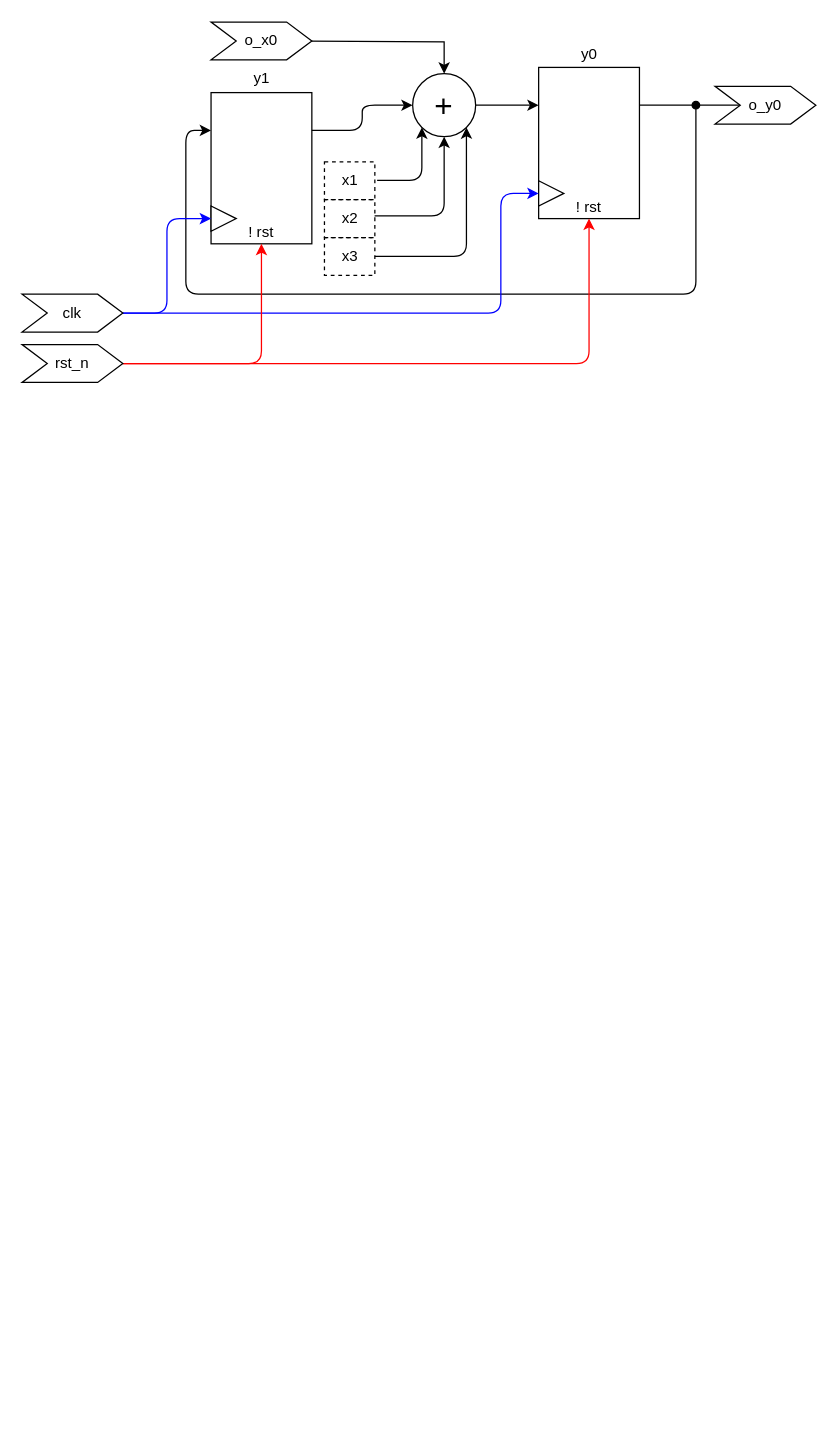
This is codigos/GP01/ej3/Untitled Diagram.drawio from ingenieriaam/DDA, a draw.io file, before an edit. Source tidied: cells renumbered, new cells numbered last; positions are measured from the earlier drawing's top-left corner, leaving out a move shared by most shapes. Both pictures are drawn from the tidied source at 126%, with x=0, y=0 at pixel (21, 21).
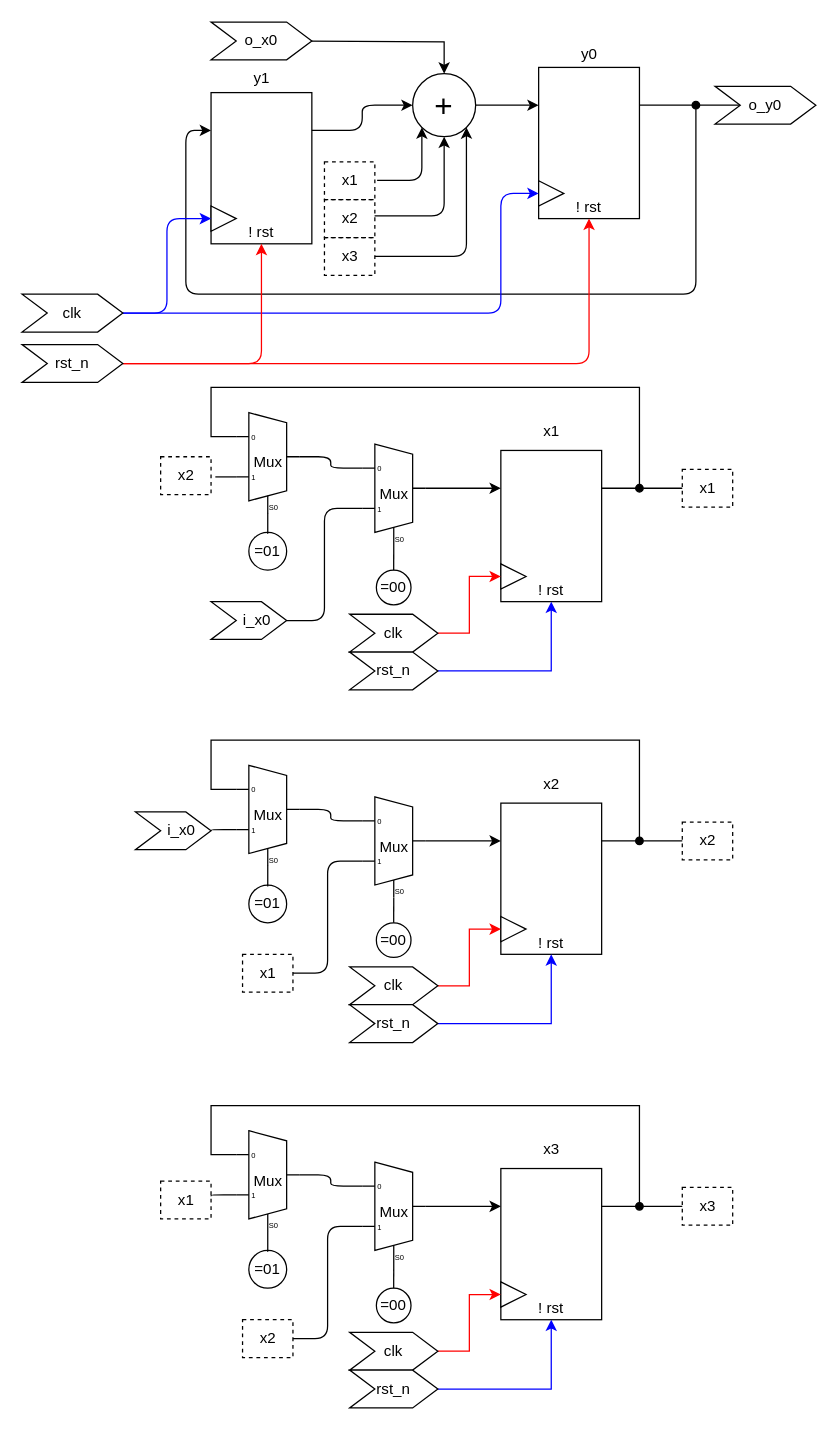
The same diagram, later.

The edit, as a diff of the source:
```diff
@@
+    <mxCell id="30" style="group;" parent="1" vertex="1">
+      <mxGeometry x="380" y="340" width="80" height="120" as="geometry" />
+    </mxCell>
+    <mxCell id="31" value="&lt;br&gt;&lt;br&gt;&lt;br&gt;&lt;br&gt;&lt;br&gt;&lt;br&gt;&lt;br&gt;! rst" style="rounded=0;whiteSpace=wrap;html=1;" parent="30" vertex="1">
+      <mxGeometry width="80" height="120" as="geometry" />
+    </mxCell>
+    <mxCell id="32" style="triangle;whiteSpace=wrap;html=1;" parent="30" vertex="1">
+      <mxGeometry y="90" width="20" height="20" as="geometry" />
+    </mxCell>
+    <mxCell id="33" value="x1" style="text;html=1;align=center;verticalAlign=middle;strokeColor=none;fillColor=none;fontSize=12;" parent="1" vertex="1">
+      <mxGeometry x="400" y="310" width="40" height="30" as="geometry" />
+    </mxCell>
+    <mxCell id="34" style="edgeStyle=orthogonalEdgeStyle;rounded=1;jettySize=auto;html=1;exitX=1;exitY=0.5;exitDx=0;exitDy=-5;exitPerimeter=0;entryX=0;entryY=0.25;entryDx=0;entryDy=0;strokeColor=#000000;fontSize=12;startArrow=none;startFill=0;endArrow=classic;endFill=1;elbow=vertical;" parent="1" edge="1" source="36" target="31">
+      <mxGeometry relative="1" as="geometry" />
+    </mxCell>
+    <mxCell id="35" style="edgeStyle=orthogonalEdgeStyle;rounded=1;jettySize=auto;html=1;exitX=0.3;exitY=1;exitDx=10;exitDy=0;exitPerimeter=0;entryX=0.5;entryY=0;entryDx=0;entryDy=0;strokeColor=#000000;fontSize=12;startArrow=none;startFill=0;endArrow=none;endFill=0;elbow=vertical;" parent="1" edge="1" source="36" target="37">
+      <mxGeometry relative="1" as="geometry" />
+    </mxCell>
+    <mxCell id="36" value="Mux" style="shadow=0;dashed=0;align=center;html=1;strokeWidth=1;shape=mxgraph.electrical.abstract.mux2;strokeColor=default;fontSize=12;fillColor=none;" parent="1" vertex="1">
+      <mxGeometry x="270" y="335" width="50" height="80" as="geometry" />
+    </mxCell>
+    <mxCell id="37" value="=00" style="ellipse;whiteSpace=wrap;html=1;strokeColor=default;fontSize=12;fillColor=none;" parent="1" vertex="1">
+      <mxGeometry x="281.2" y="435" width="27.5" height="27.5" as="geometry" />
+    </mxCell>
+    <mxCell id="38" style="edgeStyle=orthogonalEdgeStyle;rounded=1;jettySize=auto;html=1;exitX=1;exitY=0.5;exitDx=0;exitDy=0;entryX=0;entryY=0.6000000000000001;entryDx=0;entryDy=3;entryPerimeter=0;strokeColor=#000000;fontSize=12;startArrow=none;startFill=0;endArrow=none;endFill=0;elbow=vertical;" parent="1" edge="1" source="39" target="36">
+      <mxGeometry relative="1" as="geometry" />
+    </mxCell>
+    <mxCell id="39" value="&amp;nbsp; &amp;nbsp; i_x0" style="shape=step;perimeter=stepPerimeter;whiteSpace=wrap;html=1;fixedSize=1;fontSize=12;" parent="1" vertex="1">
+      <mxGeometry x="150" y="460" width="60" height="30" as="geometry" />
+    </mxCell>
+    <mxCell id="40" style="edgeStyle=orthogonalEdgeStyle;rounded=1;jettySize=auto;html=1;exitX=1;exitY=0.5;exitDx=0;exitDy=-5;exitPerimeter=0;entryX=0;entryY=0.2;entryDx=0;entryDy=3;entryPerimeter=0;strokeColor=#000000;fontSize=12;startArrow=none;startFill=0;endArrow=none;endFill=0;elbow=vertical;" parent="1" edge="1" source="42" target="36">
+      <mxGeometry relative="1" as="geometry" />
+    </mxCell>
+    <mxCell id="41" style="edgeStyle=orthogonalEdgeStyle;rounded=1;jettySize=auto;html=1;exitX=0;exitY=0.6000000000000001;exitDx=0;exitDy=3;exitPerimeter=0;entryX=1.085;entryY=0.531;entryDx=0;entryDy=0;entryPerimeter=0;strokeColor=#000000;fontSize=12;startArrow=none;startFill=0;endArrow=none;endFill=0;elbow=vertical;" parent="1" edge="1" source="42" target="45">
+      <mxGeometry relative="1" as="geometry" />
+    </mxCell>
+    <mxCell id="42" value="Mux" style="shadow=0;dashed=0;align=center;html=1;strokeWidth=1;shape=mxgraph.electrical.abstract.mux2;strokeColor=default;fontSize=12;fillColor=none;" parent="1" vertex="1">
+      <mxGeometry x="170" y="310" width="50" height="80" as="geometry" />
+    </mxCell>
+    <mxCell id="43" style="edgeStyle=orthogonalEdgeStyle;rounded=1;jettySize=auto;html=1;entryX=0.3;entryY=1;entryDx=10;entryDy=0;entryPerimeter=0;strokeColor=#000000;fontSize=12;startArrow=none;startFill=0;endArrow=none;endFill=0;elbow=vertical;" parent="1" edge="1" source="44" target="42">
+      <mxGeometry relative="1" as="geometry" />
+    </mxCell>
+    <mxCell id="44" value="=01" style="ellipse;whiteSpace=wrap;html=1;strokeColor=default;fontSize=12;fillColor=none;" parent="1" vertex="1">
+      <mxGeometry x="180" y="405" width="30" height="30" as="geometry" />
+    </mxCell>
+    <mxCell id="45" value="x2" style="text;html=1;align=center;verticalAlign=middle;points=[];strokeColor=default;fillColor=none;fontSize=12;dashed=1;" parent="1" vertex="1">
+      <mxGeometry x="110" y="345" width="40" height="30" as="geometry" />
+    </mxCell>
+    <mxCell id="46" style="edgeStyle=orthogonalEdgeStyle;rounded=0;jettySize=auto;html=1;exitX=1;exitY=0.25;exitDx=0;exitDy=0;entryX=0;entryY=0.2;entryDx=0;entryDy=3;entryPerimeter=0;strokeColor=#000000;fontSize=12;startArrow=none;startFill=0;endArrow=none;endFill=0;elbow=vertical;" parent="1" edge="1" source="31" target="42">
+      <mxGeometry relative="1" as="geometry">
+        <Array as="points">
+          <mxPoint x="490" y="370" />
+          <mxPoint x="490" y="290" />
+          <mxPoint x="150" y="290" />
+          <mxPoint x="150" y="329" />
+        </Array>
+      </mxGeometry>
+    </mxCell>
+    <mxCell id="47" style="edgeStyle=orthogonalEdgeStyle;rounded=0;jettySize=auto;html=1;strokeColor=#000000;fontSize=12;startArrow=none;startFill=0;endArrow=oval;endFill=1;elbow=vertical;" parent="1" edge="1" source="48">
+      <mxGeometry relative="1" as="geometry">
+        <mxPoint x="490" y="370" as="targetPoint" />
+      </mxGeometry>
+    </mxCell>
+    <mxCell id="48" value="x1" style="text;html=1;align=center;verticalAlign=middle;points=[];strokeColor=default;fillColor=none;fontSize=12;dashed=1;" parent="1" vertex="1">
+      <mxGeometry x="524" y="355" width="40" height="30" as="geometry" />
+    </mxCell>
+    <mxCell id="49" style="edgeStyle=orthogonalEdgeStyle;rounded=0;jettySize=auto;html=1;exitX=1;exitY=0.5;exitDx=0;exitDy=0;entryX=0;entryY=0.5;entryDx=0;entryDy=0;strokeColor=#FF0000;fontSize=12;startArrow=none;startFill=0;endArrow=classic;endFill=1;elbow=vertical;" parent="1" edge="1" source="50" target="32">
+      <mxGeometry relative="1" as="geometry" />
+    </mxCell>
+    <mxCell id="50" value="clk" style="shape=step;perimeter=stepPerimeter;whiteSpace=wrap;html=1;fixedSize=1;fontSize=12;" parent="1" vertex="1">
+      <mxGeometry x="260" y="470" width="70" height="30" as="geometry" />
+    </mxCell>
+    <mxCell id="51" style="edgeStyle=orthogonalEdgeStyle;rounded=0;jettySize=auto;html=1;exitX=1;exitY=0.5;exitDx=0;exitDy=0;entryX=0.5;entryY=1;entryDx=0;entryDy=0;strokeColor=#0000FF;fontSize=12;startArrow=none;startFill=0;endArrow=classic;endFill=1;elbow=vertical;" parent="1" edge="1" source="52" target="31">
+      <mxGeometry relative="1" as="geometry" />
+    </mxCell>
+    <mxCell id="52" value="rst_n" style="shape=step;perimeter=stepPerimeter;whiteSpace=wrap;html=1;fixedSize=1;fontSize=12;" parent="1" vertex="1">
+      <mxGeometry x="260" y="500" width="70" height="30" as="geometry" />
+    </mxCell>
+    <mxCell id="53" style="group;" parent="1" vertex="1">
+      <mxGeometry x="380" y="619.9" width="80" height="120" as="geometry" />
+    </mxCell>
+    <mxCell id="54" value="&lt;br&gt;&lt;br&gt;&lt;br&gt;&lt;br&gt;&lt;br&gt;&lt;br&gt;&lt;br&gt;! rst" style="rounded=0;whiteSpace=wrap;html=1;" parent="53" vertex="1">
+      <mxGeometry width="80" height="120" as="geometry" />
+    </mxCell>
+    <mxCell id="55" style="triangle;whiteSpace=wrap;html=1;" parent="53" vertex="1">
+      <mxGeometry y="90" width="20" height="20" as="geometry" />
+    </mxCell>
+    <mxCell id="56" value="x2" style="text;html=1;align=center;verticalAlign=middle;strokeColor=none;fillColor=none;fontSize=12;" parent="1" vertex="1">
+      <mxGeometry x="400" y="589.9" width="40" height="30" as="geometry" />
+    </mxCell>
+    <mxCell id="57" style="edgeStyle=orthogonalEdgeStyle;rounded=1;jettySize=auto;html=1;exitX=1;exitY=0.5;exitDx=0;exitDy=-5;exitPerimeter=0;entryX=0;entryY=0.25;entryDx=0;entryDy=0;strokeColor=#000000;fontSize=12;startArrow=none;startFill=0;endArrow=classic;endFill=1;elbow=vertical;" parent="1" edge="1" source="59" target="54">
+      <mxGeometry relative="1" as="geometry" />
+    </mxCell>
+    <mxCell id="58" style="edgeStyle=orthogonalEdgeStyle;rounded=1;jettySize=auto;html=1;exitX=0.3;exitY=1;exitDx=10;exitDy=0;exitPerimeter=0;entryX=0.5;entryY=0;entryDx=0;entryDy=0;strokeColor=#000000;fontSize=12;startArrow=none;startFill=0;endArrow=none;endFill=0;elbow=vertical;" parent="1" edge="1" source="59" target="60">
+      <mxGeometry relative="1" as="geometry" />
+    </mxCell>
+    <mxCell id="59" value="Mux" style="shadow=0;dashed=0;align=center;html=1;strokeWidth=1;shape=mxgraph.electrical.abstract.mux2;strokeColor=default;fontSize=12;fillColor=none;" parent="1" vertex="1">
+      <mxGeometry x="270" y="614.9" width="50" height="80" as="geometry" />
+    </mxCell>
+    <mxCell id="60" value="=00" style="ellipse;whiteSpace=wrap;html=1;strokeColor=default;fontSize=12;fillColor=none;" parent="1" vertex="1">
+      <mxGeometry x="281.2" y="714.9" width="27.5" height="27.5" as="geometry" />
+    </mxCell>
+    <mxCell id="61" style="edgeStyle=orthogonalEdgeStyle;rounded=1;jettySize=auto;html=1;entryX=0;entryY=0.6000000000000001;entryDx=0;entryDy=3;entryPerimeter=0;strokeColor=#000000;fontSize=12;startArrow=none;startFill=0;endArrow=none;endFill=0;elbow=vertical;" parent="1" edge="1" source="74" target="59">
+      <mxGeometry relative="1" as="geometry" />
+    </mxCell>
+    <mxCell id="62" style="edgeStyle=orthogonalEdgeStyle;rounded=1;jettySize=auto;html=1;exitX=1;exitY=0.5;exitDx=0;exitDy=-5;exitPerimeter=0;entryX=0;entryY=0.2;entryDx=0;entryDy=3;entryPerimeter=0;strokeColor=#000000;fontSize=12;startArrow=none;startFill=0;endArrow=none;endFill=0;elbow=vertical;" parent="1" edge="1" source="64" target="59">
+      <mxGeometry relative="1" as="geometry" />
+    </mxCell>
+    <mxCell id="63" style="edgeStyle=orthogonalEdgeStyle;rounded=1;jettySize=auto;html=1;exitX=0;exitY=0.6000000000000001;exitDx=0;exitDy=3;exitPerimeter=0;entryX=1;entryY=0.5;entryDx=0;entryDy=0;strokeColor=#000000;fontSize=12;startArrow=none;startFill=0;endArrow=none;endFill=0;elbow=vertical;" parent="1" edge="1" source="64" target="75">
+      <mxGeometry relative="1" as="geometry" />
+    </mxCell>
+    <mxCell id="64" value="Mux" style="shadow=0;dashed=0;align=center;html=1;strokeWidth=1;shape=mxgraph.electrical.abstract.mux2;strokeColor=default;fontSize=12;fillColor=none;" parent="1" vertex="1">
+      <mxGeometry x="170" y="589.9" width="50" height="80" as="geometry" />
+    </mxCell>
+    <mxCell id="65" style="edgeStyle=orthogonalEdgeStyle;rounded=1;jettySize=auto;html=1;entryX=0.3;entryY=1;entryDx=10;entryDy=0;entryPerimeter=0;strokeColor=#000000;fontSize=12;startArrow=none;startFill=0;endArrow=none;endFill=0;elbow=vertical;" parent="1" edge="1" source="66" target="64">
+      <mxGeometry relative="1" as="geometry" />
+    </mxCell>
+    <mxCell id="66" value="=01" style="ellipse;whiteSpace=wrap;html=1;strokeColor=default;fontSize=12;fillColor=none;" parent="1" vertex="1">
+      <mxGeometry x="180" y="684.9" width="30" height="30" as="geometry" />
+    </mxCell>
+    <mxCell id="67" style="edgeStyle=orthogonalEdgeStyle;rounded=0;jettySize=auto;html=1;exitX=1;exitY=0.25;exitDx=0;exitDy=0;entryX=0;entryY=0.2;entryDx=0;entryDy=3;entryPerimeter=0;strokeColor=#000000;fontSize=12;startArrow=none;startFill=0;endArrow=none;endFill=0;elbow=vertical;" parent="1" edge="1" source="54" target="64">
+      <mxGeometry relative="1" as="geometry">
+        <Array as="points">
+          <mxPoint x="490" y="649.9" />
+          <mxPoint x="490" y="569.9" />
+          <mxPoint x="150" y="569.9" />
+          <mxPoint x="150" y="608.9" />
+        </Array>
+      </mxGeometry>
+    </mxCell>
+    <mxCell id="68" style="edgeStyle=orthogonalEdgeStyle;rounded=0;jettySize=auto;html=1;strokeColor=#000000;fontSize=12;startArrow=none;startFill=0;endArrow=oval;endFill=1;elbow=vertical;" parent="1" edge="1" source="69">
+      <mxGeometry relative="1" as="geometry">
+        <mxPoint x="490" y="649.9" as="targetPoint" />
+      </mxGeometry>
+    </mxCell>
+    <mxCell id="69" value="x2" style="text;html=1;align=center;verticalAlign=middle;points=[];strokeColor=default;fillColor=none;fontSize=12;dashed=1;" parent="1" vertex="1">
+      <mxGeometry x="524" y="634.9" width="40" height="30" as="geometry" />
+    </mxCell>
+    <mxCell id="70" style="edgeStyle=orthogonalEdgeStyle;rounded=0;jettySize=auto;html=1;exitX=1;exitY=0.5;exitDx=0;exitDy=0;entryX=0;entryY=0.5;entryDx=0;entryDy=0;strokeColor=#FF0000;fontSize=12;startArrow=none;startFill=0;endArrow=classic;endFill=1;elbow=vertical;" parent="1" edge="1" source="71" target="55">
+      <mxGeometry relative="1" as="geometry" />
+    </mxCell>
+    <mxCell id="71" value="clk" style="shape=step;perimeter=stepPerimeter;whiteSpace=wrap;html=1;fixedSize=1;fontSize=12;" parent="1" vertex="1">
+      <mxGeometry x="260" y="749.9" width="70" height="30" as="geometry" />
+    </mxCell>
+    <mxCell id="72" style="edgeStyle=orthogonalEdgeStyle;rounded=0;jettySize=auto;html=1;exitX=1;exitY=0.5;exitDx=0;exitDy=0;entryX=0.5;entryY=1;entryDx=0;entryDy=0;strokeColor=#0000FF;fontSize=12;startArrow=none;startFill=0;endArrow=classic;endFill=1;elbow=vertical;" parent="1" edge="1" source="73" target="54">
+      <mxGeometry relative="1" as="geometry" />
+    </mxCell>
+    <mxCell id="73" value="rst_n" style="shape=step;perimeter=stepPerimeter;whiteSpace=wrap;html=1;fixedSize=1;fontSize=12;" parent="1" vertex="1">
+      <mxGeometry x="260" y="779.9" width="70" height="30" as="geometry" />
+    </mxCell>
+    <mxCell id="74" value="x1" style="text;html=1;align=center;verticalAlign=middle;points=[];strokeColor=default;fillColor=none;fontSize=12;dashed=1;" parent="1" vertex="1">
+      <mxGeometry x="175" y="739.9" width="40" height="30" as="geometry" />
+    </mxCell>
+    <mxCell id="75" value="&amp;nbsp; &amp;nbsp; i_x0" style="shape=step;perimeter=stepPerimeter;whiteSpace=wrap;html=1;fixedSize=1;fontSize=12;" parent="1" vertex="1">
+      <mxGeometry x="90" y="626.9" width="60" height="30" as="geometry" />
+    </mxCell>
+    <mxCell id="76" style="group;" parent="1" vertex="1">
+      <mxGeometry x="380" y="909.9" width="80" height="120" as="geometry" />
+    </mxCell>
+    <mxCell id="77" value="&lt;br&gt;&lt;br&gt;&lt;br&gt;&lt;br&gt;&lt;br&gt;&lt;br&gt;&lt;br&gt;! rst" style="rounded=0;whiteSpace=wrap;html=1;" parent="76" vertex="1">
+      <mxGeometry width="80" height="120" as="geometry" />
+    </mxCell>
+    <mxCell id="78" style="triangle;whiteSpace=wrap;html=1;" parent="76" vertex="1">
+      <mxGeometry y="90" width="20" height="20" as="geometry" />
+    </mxCell>
+    <mxCell id="79" value="x3" style="text;html=1;align=center;verticalAlign=middle;strokeColor=none;fillColor=none;fontSize=12;" parent="1" vertex="1">
+      <mxGeometry x="400" y="879.9" width="40" height="30" as="geometry" />
+    </mxCell>
+    <mxCell id="80" style="edgeStyle=orthogonalEdgeStyle;rounded=1;jettySize=auto;html=1;exitX=1;exitY=0.5;exitDx=0;exitDy=-5;exitPerimeter=0;entryX=0;entryY=0.25;entryDx=0;entryDy=0;strokeColor=#000000;fontSize=12;startArrow=none;startFill=0;endArrow=classic;endFill=1;elbow=vertical;" parent="1" edge="1" source="82" target="77">
+      <mxGeometry relative="1" as="geometry" />
+    </mxCell>
+    <mxCell id="81" style="edgeStyle=orthogonalEdgeStyle;rounded=1;jettySize=auto;html=1;exitX=0.3;exitY=1;exitDx=10;exitDy=0;exitPerimeter=0;entryX=0.5;entryY=0;entryDx=0;entryDy=0;strokeColor=#000000;fontSize=12;startArrow=none;startFill=0;endArrow=none;endFill=0;elbow=vertical;" parent="1" edge="1" source="82" target="83">
+      <mxGeometry relative="1" as="geometry" />
+    </mxCell>
+    <mxCell id="82" value="Mux" style="shadow=0;dashed=0;align=center;html=1;strokeWidth=1;shape=mxgraph.electrical.abstract.mux2;strokeColor=default;fontSize=12;fillColor=none;" parent="1" vertex="1">
+      <mxGeometry x="270" y="904.9" width="50" height="80" as="geometry" />
+    </mxCell>
+    <mxCell id="83" value="=00" style="ellipse;whiteSpace=wrap;html=1;strokeColor=default;fontSize=12;fillColor=none;" parent="1" vertex="1">
+      <mxGeometry x="281.2" y="1004.9" width="27.5" height="27.5" as="geometry" />
+    </mxCell>
+    <mxCell id="84" style="edgeStyle=orthogonalEdgeStyle;rounded=1;jettySize=auto;html=1;entryX=0;entryY=0.6000000000000001;entryDx=0;entryDy=3;entryPerimeter=0;strokeColor=#000000;fontSize=12;startArrow=none;startFill=0;endArrow=none;endFill=0;elbow=vertical;" parent="1" edge="1" source="97" target="82">
+      <mxGeometry relative="1" as="geometry" />
+    </mxCell>
+    <mxCell id="85" style="edgeStyle=orthogonalEdgeStyle;rounded=1;jettySize=auto;html=1;exitX=1;exitY=0.5;exitDx=0;exitDy=-5;exitPerimeter=0;entryX=0;entryY=0.2;entryDx=0;entryDy=3;entryPerimeter=0;strokeColor=#000000;fontSize=12;startArrow=none;startFill=0;endArrow=none;endFill=0;elbow=vertical;" parent="1" edge="1" source="87" target="82">
+      <mxGeometry relative="1" as="geometry" />
+    </mxCell>
+    <mxCell id="86" style="edgeStyle=orthogonalEdgeStyle;rounded=1;jettySize=auto;html=1;exitX=0;exitY=0.6000000000000001;exitDx=0;exitDy=3;exitPerimeter=0;entryX=1;entryY=0.5;entryDx=0;entryDy=0;strokeColor=#000000;fontSize=12;startArrow=none;startFill=0;endArrow=none;endFill=0;elbow=vertical;" parent="1" edge="1" source="87">
+      <mxGeometry relative="1" as="geometry">
+        <mxPoint x="150" y="931.9" as="targetPoint" />
+      </mxGeometry>
+    </mxCell>
+    <mxCell id="87" value="Mux" style="shadow=0;dashed=0;align=center;html=1;strokeWidth=1;shape=mxgraph.electrical.abstract.mux2;strokeColor=default;fontSize=12;fillColor=none;" parent="1" vertex="1">
+      <mxGeometry x="170" y="879.9" width="50" height="80" as="geometry" />
+    </mxCell>
+    <mxCell id="88" style="edgeStyle=orthogonalEdgeStyle;rounded=1;jettySize=auto;html=1;entryX=0.3;entryY=1;entryDx=10;entryDy=0;entryPerimeter=0;strokeColor=#000000;fontSize=12;startArrow=none;startFill=0;endArrow=none;endFill=0;elbow=vertical;" parent="1" edge="1" source="89" target="87">
+      <mxGeometry relative="1" as="geometry" />
+    </mxCell>
+    <mxCell id="89" value="=01" style="ellipse;whiteSpace=wrap;html=1;strokeColor=default;fontSize=12;fillColor=none;" parent="1" vertex="1">
+      <mxGeometry x="180" y="974.9" width="30" height="30" as="geometry" />
+    </mxCell>
+    <mxCell id="90" style="edgeStyle=orthogonalEdgeStyle;rounded=0;jettySize=auto;html=1;exitX=1;exitY=0.25;exitDx=0;exitDy=0;entryX=0;entryY=0.2;entryDx=0;entryDy=3;entryPerimeter=0;strokeColor=#000000;fontSize=12;startArrow=none;startFill=0;endArrow=none;endFill=0;elbow=vertical;" parent="1" edge="1" source="77" target="87">
+      <mxGeometry relative="1" as="geometry">
+        <Array as="points">
+          <mxPoint x="490" y="939.9" />
+          <mxPoint x="490" y="859.9" />
+          <mxPoint x="150" y="859.9" />
+          <mxPoint x="150" y="898.9" />
+        </Array>
+      </mxGeometry>
+    </mxCell>
+    <mxCell id="91" style="edgeStyle=orthogonalEdgeStyle;rounded=0;jettySize=auto;html=1;strokeColor=#000000;fontSize=12;startArrow=none;startFill=0;endArrow=oval;endFill=1;elbow=vertical;" parent="1" edge="1" source="92">
+      <mxGeometry relative="1" as="geometry">
+        <mxPoint x="490" y="939.9" as="targetPoint" />
+      </mxGeometry>
+    </mxCell>
+    <mxCell id="92" value="x3" style="text;html=1;align=center;verticalAlign=middle;points=[];strokeColor=default;fillColor=none;fontSize=12;dashed=1;" parent="1" vertex="1">
+      <mxGeometry x="524" y="924.9" width="40" height="30" as="geometry" />
+    </mxCell>
+    <mxCell id="93" style="edgeStyle=orthogonalEdgeStyle;rounded=0;jettySize=auto;html=1;exitX=1;exitY=0.5;exitDx=0;exitDy=0;entryX=0;entryY=0.5;entryDx=0;entryDy=0;strokeColor=#FF0000;fontSize=12;startArrow=none;startFill=0;endArrow=classic;endFill=1;elbow=vertical;" parent="1" edge="1" source="94" target="78">
+      <mxGeometry relative="1" as="geometry" />
+    </mxCell>
+    <mxCell id="94" value="clk" style="shape=step;perimeter=stepPerimeter;whiteSpace=wrap;html=1;fixedSize=1;fontSize=12;" parent="1" vertex="1">
+      <mxGeometry x="260" y="1039.9" width="70" height="30" as="geometry" />
+    </mxCell>
+    <mxCell id="95" style="edgeStyle=orthogonalEdgeStyle;rounded=0;jettySize=auto;html=1;exitX=1;exitY=0.5;exitDx=0;exitDy=0;entryX=0.5;entryY=1;entryDx=0;entryDy=0;strokeColor=#0000FF;fontSize=12;startArrow=none;startFill=0;endArrow=classic;endFill=1;elbow=vertical;" parent="1" edge="1" source="96" target="77">
+      <mxGeometry relative="1" as="geometry" />
+    </mxCell>
+    <mxCell id="96" value="rst_n" style="shape=step;perimeter=stepPerimeter;whiteSpace=wrap;html=1;fixedSize=1;fontSize=12;" parent="1" vertex="1">
+      <mxGeometry x="260" y="1069.9" width="70" height="30" as="geometry" />
+    </mxCell>
+    <mxCell id="97" value="x2" style="text;html=1;align=center;verticalAlign=middle;points=[];strokeColor=default;fillColor=none;fontSize=12;dashed=1;" parent="1" vertex="1">
+      <mxGeometry x="175" y="1029.9" width="40" height="30" as="geometry" />
+    </mxCell>
+    <mxCell id="98" value="x1" style="text;html=1;align=center;verticalAlign=middle;strokeColor=default;fillColor=none;fontSize=12;dashed=1;" parent="1" vertex="1">
+      <mxGeometry x="110" y="919.9" width="40" height="30" as="geometry" />
+    </mxCell>
```
